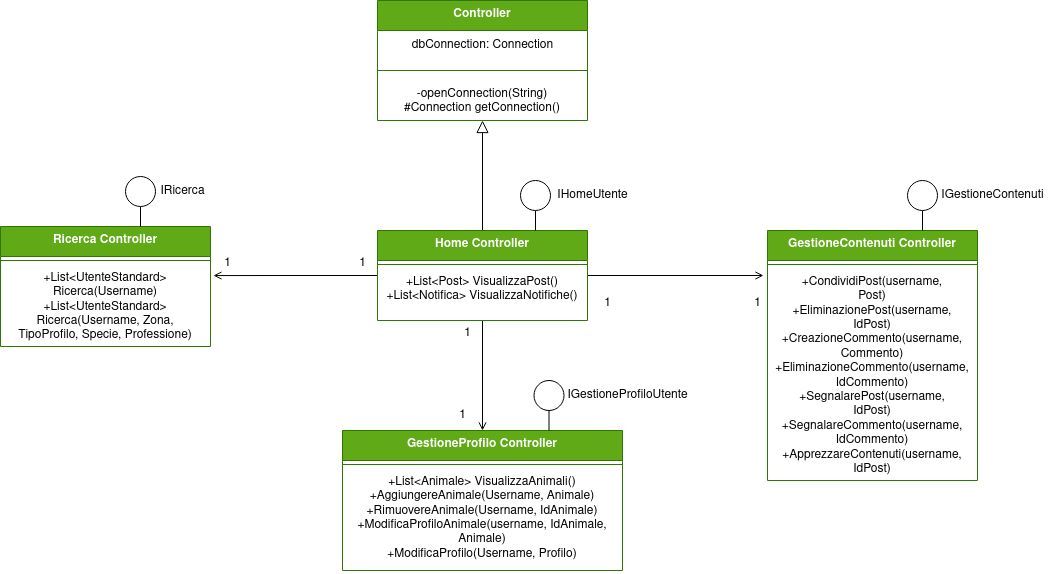
Above: Controller-Estesi/GestioneUtente Dettaglio.drawio.png in Iannicc/Pet-Party (draw.io), before the change. Source tidied: cells renumbered, new cells last; positions are measured from the earlier drawing's top-left corner, leaving out a move shared by most shapes.
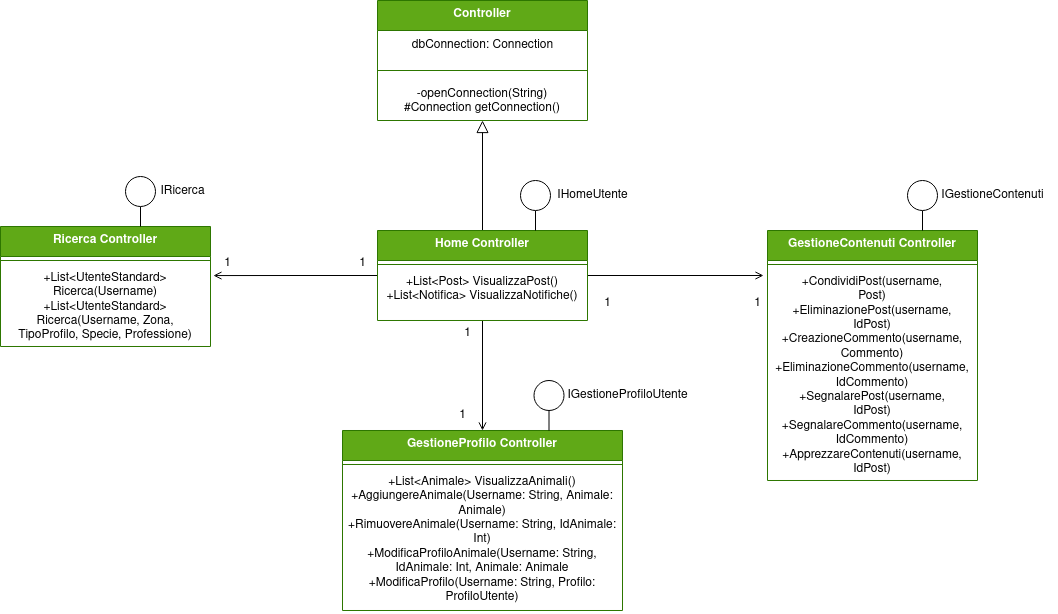
After the commit.

What changed in the source:
```diff
@@ -3,13 +3,13 @@
     <mxCell id="0" />
     <mxCell id="1" parent="0" />
     <mxCell id="2" value="&lt;div&gt;GestioneProfilo Controller&lt;br&gt;&lt;/div&gt;" style="swimlane;fontStyle=1;align=center;verticalAlign=top;horizontal=1;startSize=30;whiteSpace=wrap;html=1;fillColor=#60a917;fontColor=#ffffff;strokeColor=#2D7600;" parent="1" vertex="1">
-      <mxGeometry x="342" y="430" width="280" height="140" as="geometry" />
+      <mxGeometry x="342" y="430" width="280" height="180" as="geometry" />
     </mxCell>
     <mxCell id="3" style="line;strokeWidth=1;fillColor=none;align=left;verticalAlign=middle;spacingTop=-1;spacingLeft=3;spacingRight=3;labelPosition=right;strokeColor=inherit;" parent="2" vertex="1">
       <mxGeometry y="30" width="280" height="8" as="geometry" />
     </mxCell>
-    <mxCell id="4" value="&lt;div&gt;+List&amp;lt;Animale&amp;gt; VisualizzaAnimali()&lt;br&gt;&lt;/div&gt;&lt;div&gt;+AggiungereAnimale(Username, Animale)&lt;/div&gt;&lt;div&gt;+RimuovereAnimale(Username, IdAnimale)&lt;/div&gt;&lt;div&gt;+ModificaProfiloAnimale(username, IdAnimale, Animale)&lt;/div&gt;&lt;div&gt;+ModificaProfilo(Username, Profilo)&lt;br&gt;&lt;/div&gt;" style="text;strokeColor=none;fillColor=none;align=center;verticalAlign=top;spacingLeft=4;spacingRight=4;overflow=hidden;whiteSpace=wrap;html=1;" parent="2" vertex="1">
-      <mxGeometry y="38" width="280" height="102" as="geometry" />
+    <mxCell id="4" value="&lt;div&gt;+List&amp;lt;Animale&amp;gt; VisualizzaAnimali()&lt;br&gt;&lt;/div&gt;&lt;div&gt;+AggiungereAnimale(Username: String, Animale: Animale)&lt;/div&gt;&lt;div&gt;+RimuovereAnimale(Username: String, IdAnimale: Int)&lt;/div&gt;&lt;div&gt;+ModificaProfiloAnimale(Username: String, IdAnimale: Int, Animale: Animale&lt;br&gt;&lt;/div&gt;&lt;div&gt;+ModificaProfilo(Username: String, Profilo: ProfiloUtente)&lt;br&gt;&lt;/div&gt;" style="text;strokeColor=none;fillColor=none;align=center;verticalAlign=top;spacingLeft=4;spacingRight=4;overflow=hidden;whiteSpace=wrap;html=1;" parent="2" vertex="1">
+      <mxGeometry y="38" width="280" height="142" as="geometry" />
     </mxCell>
     <mxCell id="5" style="edgeStyle=orthogonalEdgeStyle;rounded=0;jettySize=auto;html=1;entryX=0.5;entryY=0;entryDx=0;entryDy=0;endArrow=open;endFill=0;" parent="1" edge="1" source="9" target="2">
       <mxGeometry relative="1" as="geometry" />
```
